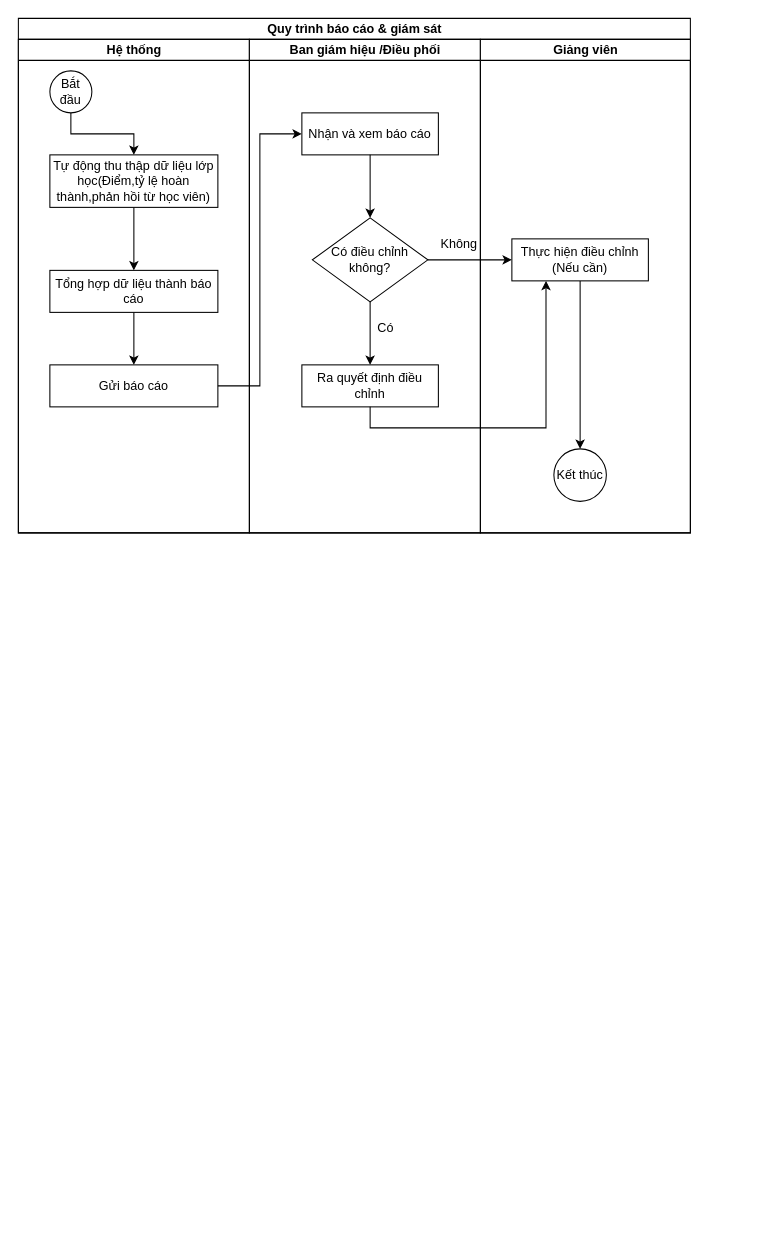
Hau4969/Hau4969 keeps this draw.io diagram as Quy trình báo cáo&giám sát.drawio. Above is the earlier version. Source tidied: cells renumbered, new cells numbered last; positions are measured from the earlier drawing's top-left corner, leaving out a move shared by most shapes. Both pictures are drawn from the tidied source at 105%, with x=0, y=0 at pixel (18, 18).
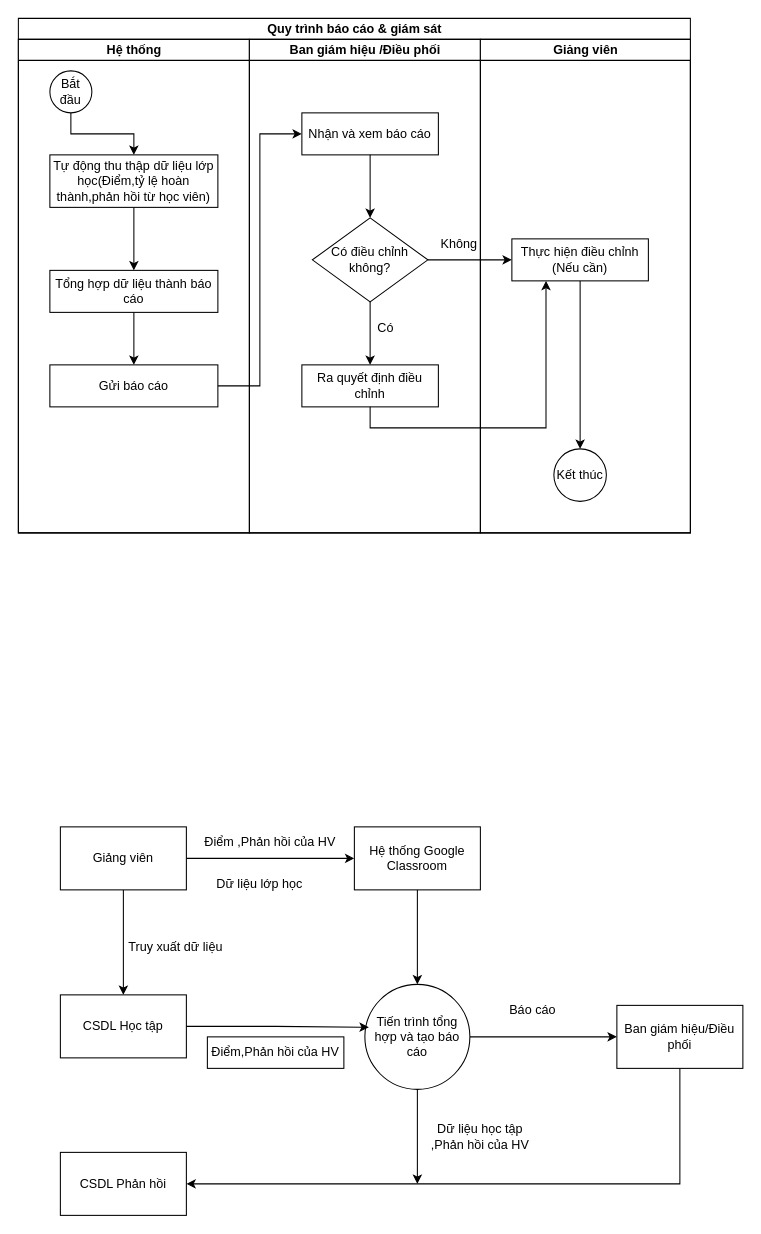
Above is the later version.

What changed in the source:
```diff
@@
+    <mxCell id="26" style="edgeStyle=orthogonalEdgeStyle;rounded=0;jettySize=auto;html=1;exitX=1;exitY=0.5;exitDx=0;exitDy=0;" parent="1" edge="1" source="28" target="41">
+      <mxGeometry relative="1" as="geometry" />
+    </mxCell>
+    <mxCell id="27" style="edgeStyle=orthogonalEdgeStyle;rounded=0;jettySize=auto;html=1;exitX=0.5;exitY=1;exitDx=0;exitDy=0;" parent="1" edge="1" source="28">
+      <mxGeometry relative="1" as="geometry">
+        <mxPoint x="380" y="1110" as="targetPoint" />
+      </mxGeometry>
+    </mxCell>
+    <mxCell id="28" value="Tiến trình tổng hợp và tạo báo cáo" style="ellipse;whiteSpace=wrap;html=1;" parent="1" vertex="1">
+      <mxGeometry x="330" y="920" width="100" height="100" as="geometry" />
+    </mxCell>
+    <mxCell id="29" style="edgeStyle=orthogonalEdgeStyle;rounded=0;jettySize=auto;html=1;exitX=0.5;exitY=1;exitDx=0;exitDy=0;" parent="1" edge="1" source="30" target="28">
+      <mxGeometry relative="1" as="geometry" />
+    </mxCell>
+    <mxCell id="30" value="Hệ thống Google Classroom" style="rounded=0;whiteSpace=wrap;html=1;" parent="1" vertex="1">
+      <mxGeometry x="320" y="770" width="120" height="60" as="geometry" />
+    </mxCell>
+    <mxCell id="31" style="edgeStyle=orthogonalEdgeStyle;rounded=0;jettySize=auto;html=1;exitX=1;exitY=0.5;exitDx=0;exitDy=0;" parent="1" edge="1" source="33" target="30">
+      <mxGeometry relative="1" as="geometry" />
+    </mxCell>
+    <mxCell id="32" style="edgeStyle=orthogonalEdgeStyle;rounded=0;jettySize=auto;html=1;exitX=0.5;exitY=1;exitDx=0;exitDy=0;" parent="1" edge="1" source="33" target="36">
+      <mxGeometry relative="1" as="geometry" />
+    </mxCell>
+    <mxCell id="33" value="Giảng viên" style="rounded=0;whiteSpace=wrap;html=1;" parent="1" vertex="1">
+      <mxGeometry x="40" y="770" width="120" height="60" as="geometry" />
+    </mxCell>
+    <mxCell id="34" value="Điểm ,Phản hồi của HV" style="text;html=1;align=center;verticalAlign=middle;whiteSpace=wrap;rounded=0;" parent="1" vertex="1">
+      <mxGeometry x="170" y="770" width="140" height="30" as="geometry" />
+    </mxCell>
+    <mxCell id="35" value="Dữ liệu lớp học" style="text;html=1;align=center;verticalAlign=middle;whiteSpace=wrap;rounded=0;" parent="1" vertex="1">
+      <mxGeometry x="180" y="810" width="100" height="30" as="geometry" />
+    </mxCell>
+    <mxCell id="36" value="CSDL Học tập" style="rounded=0;whiteSpace=wrap;html=1;" parent="1" vertex="1">
+      <mxGeometry x="40" y="930" width="120" height="60" as="geometry" />
+    </mxCell>
+    <mxCell id="37" value="Truy xuất dữ liệu" style="text;html=1;align=center;verticalAlign=middle;whiteSpace=wrap;rounded=0;" parent="1" vertex="1">
+      <mxGeometry x="100" y="870" width="100" height="30" as="geometry" />
+    </mxCell>
+    <mxCell id="38" style="edgeStyle=orthogonalEdgeStyle;rounded=0;jettySize=auto;html=1;exitX=1;exitY=0.5;exitDx=0;exitDy=0;entryX=0.038;entryY=0.408;entryDx=0;entryDy=0;entryPerimeter=0;" parent="1" edge="1" source="36" target="28">
+      <mxGeometry relative="1" as="geometry" />
+    </mxCell>
+    <mxCell id="39" value="Điểm,Phản hồi của HV" style="rounded=0;whiteSpace=wrap;html=1;" parent="1" vertex="1">
+      <mxGeometry x="180" y="970" width="130" height="30" as="geometry" />
+    </mxCell>
+    <mxCell id="40" style="edgeStyle=orthogonalEdgeStyle;rounded=0;jettySize=auto;html=1;exitX=0.5;exitY=1;exitDx=0;exitDy=0;entryX=1;entryY=0.5;entryDx=0;entryDy=0;" parent="1" edge="1" source="41" target="43">
+      <mxGeometry relative="1" as="geometry" />
+    </mxCell>
+    <mxCell id="41" value="Ban giám hiệu/Điều phối" style="rounded=0;whiteSpace=wrap;html=1;" parent="1" vertex="1">
+      <mxGeometry x="570" y="940" width="120" height="60" as="geometry" />
+    </mxCell>
+    <mxCell id="42" value="Báo cáo" style="text;html=1;align=center;verticalAlign=middle;whiteSpace=wrap;rounded=0;" parent="1" vertex="1">
+      <mxGeometry x="460" y="930" width="60" height="30" as="geometry" />
+    </mxCell>
+    <mxCell id="43" value="CSDL Phản hồi" style="rounded=0;whiteSpace=wrap;html=1;" parent="1" vertex="1">
+      <mxGeometry x="40" y="1080" width="120" height="60" as="geometry" />
+    </mxCell>
+    <mxCell id="44" value="Dữ liệu học tập ,Phản hồi của HV" style="text;html=1;align=center;verticalAlign=middle;whiteSpace=wrap;rounded=0;" parent="1" vertex="1">
+      <mxGeometry x="390" y="1050" width="100" height="30" as="geometry" />
+    </mxCell>
```
